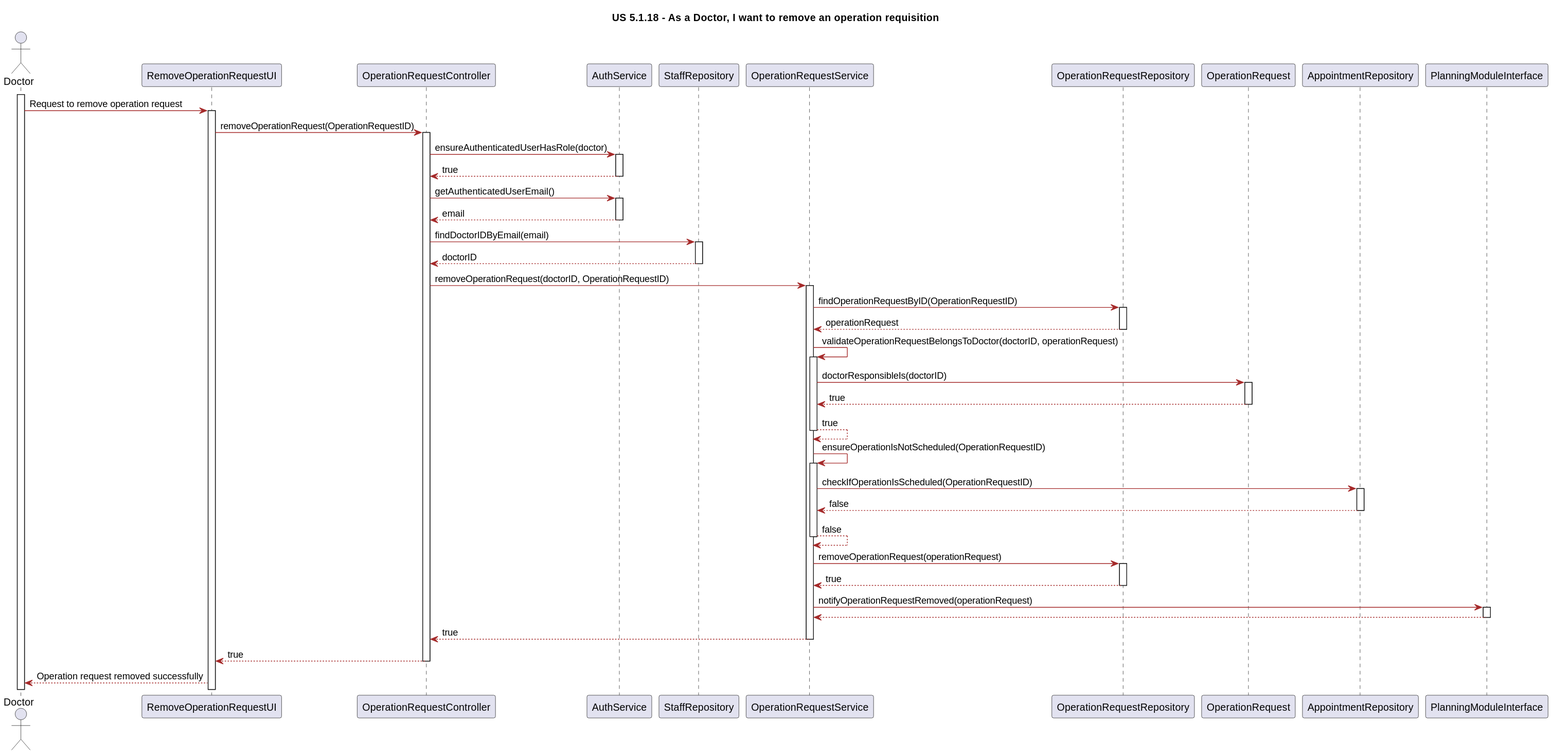
Earlier version of the PlantUML export Docs/Sprint1/UserStories/LAPR5/us5118/design/svg/sequence-diagram.svg (LAPR5-043/sem_5_24_25_043). Its diagram source:
```plantuml
@startuml
title US 5.1.18 - As a Doctor, I want to remove an operation requisition

skinparam classAttributeIconSize 0

skinparam class {
    LifeLineBorderColor DodgerBlue
    LifeLineBackgroundColor APPLICATION
    BackgroundColor LemonChiffon
    ArrowColor Brown
    BorderColor SaddleBrown
}

skinparam packageStyle rectangle

skinparam card {
    LifeLineBorderColor DodgerBlue
    LifeLineBackgroundColor APPLICATION
    BackgroundColor LemonChiffon
    ArrowColor Brown
    BorderColor SaddleBrown
}

actor "Doctor" as Doctor

participant "RemoveOperationRequestUI" as UI
participant "OperationRequestController" as ORC
participant "AuthService" as AS
participant "StaffRepository" as SR
participant "OperationRequestService" as ORS
participant "OperationRequestRepository" as ORR
participant "OperationRequest" as OR
participant "AppointmentRepository" as AR
participant "PlanningModuleInterface" as PMI


activate Doctor

Doctor -> UI: Request to remove operation request

activate UI

UI -> ORC: removeOperationRequest(OperationRequestID)

activate ORC

ORC -> AS: ensureAuthenticatedUserHasRole(doctor)

activate AS

AS --> ORC: true

deactivate AS

ORC -> AS: getAuthenticatedUserEmail()

activate AS

AS --> ORC: email

deactivate AS

ORC -> SR: findDoctorIDByEmail(email)

activate SR

SR --> ORC: doctorID

deactivate SR

ORC -> ORS: removeOperationRequest(doctorID, OperationRequestID)

activate ORS

ORS -> ORR: findOperationRequestByID(OperationRequestID)

activate ORR

ORR --> ORS: operationRequest

deactivate ORR

ORS -> ORS: validateOperationRequestBelongsToDoctor(doctorID, operationRequest)

activate ORS

ORS -> OR: doctorResponsibleIs(doctorID)

activate OR

OR --> ORS: true

deactivate OR

ORS --> ORS: true

deactivate ORS

ORS -> ORS: ensureOperationIsNotScheduled(OperationRequestID)

activate ORS

ORS -> AR: checkIfOperationIsScheduled(OperationRequestID)

activate AR

AR --> ORS: false

deactivate AR

ORS --> ORS: false

deactivate ORS

ORS -> ORR: removeOperationRequest(operationRequest)

activate ORR

ORR --> ORS: true

deactivate ORR

ORS -> PMI: notifyOperationRequestRemoved(operationRequest)

activate PMI

PMI --> ORS:

deactivate PMI

ORS --> ORC: true

deactivate ORS

ORC --> UI: true

deactivate ORC

UI --> Doctor: Operation request removed successfully
@enduml
```
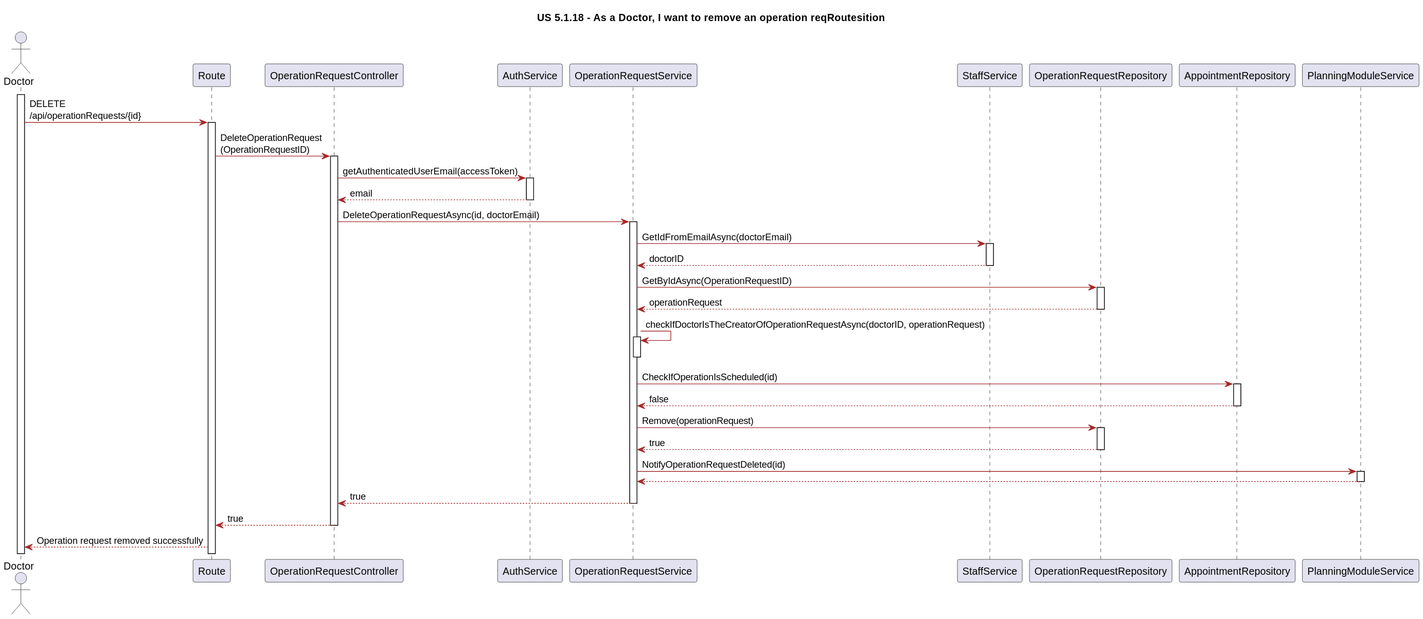
Later version of the same file.

What changed in the source:
```diff
@@ -1,11 +1,11 @@
 @startuml
-title US 5.1.18 - As a Doctor, I want to remove an operation requisition
+title US 5.1.18 - As a Doctor, I want to remove an operation reqRoutesition
 
 skinparam classAttributeIconSize 0
 
 skinparam class {
     LifeLineBorderColor DodgerBlue
-    LifeLineBackgroundColor APPLICATION
+    LifeLineBackgroundColor Route
     BackgroundColor LemonChiffon
     ArrowColor Brown
     BorderColor SaddleBrown
@@ -15,7 +15,7 @@
 
 skinparam card {
     LifeLineBorderColor DodgerBlue
-    LifeLineBackgroundColor APPLICATION
+    LifeLineBackgroundColor Route
     BackgroundColor LemonChiffon
     ArrowColor Brown
     BorderColor SaddleBrown
@@ -23,36 +23,27 @@
 
 actor "Doctor" as Doctor
 
-participant "RemoveOperationRequestUI" as UI
+participant "Route" as Route
 participant "OperationRequestController" as ORC
 participant "AuthService" as AS
-participant "StaffRepository" as SR
 participant "OperationRequestService" as ORS
+participant "StaffService" as SV
 participant "OperationRequestRepository" as ORR
-participant "OperationRequest" as OR
 participant "AppointmentRepository" as AR
-participant "PlanningModuleInterface" as PMI
+participant "PlanningModuleService" as PMI
 
 
 activate Doctor
 
-Doctor -> UI: Request to remove operation request
+Doctor -> Route: DELETE \n/api/operationRequests/{id}
 
-activate UI
+activate Route
 
-UI -> ORC: removeOperationRequest(OperationRequestID)
+Route -> ORC: DeleteOperationRequest\n(OperationRequestID)
 
 activate ORC
 
-ORC -> AS: ensureAuthenticatedUserHasRole(doctor)
-
-activate AS
-
-AS --> ORC: true
-
-deactivate AS
-
-ORC -> AS: getAuthenticatedUserEmail()
+ORC -> AS: getAuthenticatedUserEmail(accessToken)
 
 activate AS
 
@@ -60,19 +51,21 @@
 
 deactivate AS
 
-ORC -> SR: findDoctorIDByEmail(email)
+deactivate SV
 
-activate SR
-
-SR --> ORC: doctorID
-
-deactivate SR
-
-ORC -> ORS: removeOperationRequest(doctorID, OperationRequestID)
+ORC -> ORS: DeleteOperationRequestAsync(id, doctorEmail)
 
 activate ORS
 
-ORS -> ORR: findOperationRequestByID(OperationRequestID)
+ORS -> SV: GetIdFromEmailAsync(doctorEmail)
+
+activate SV
+
+SV --> ORS: doctorID
+
+deactivate SV
+
+ORS -> ORR: GetByIdAsync(OperationRequestID)
 
 activate ORR
 
@@ -80,27 +73,13 @@
 
 deactivate ORR
 
-ORS -> ORS: validateOperationRequestBelongsToDoctor(doctorID, operationRequest)
+ORS -> ORS: checkIfDoctorIsTheCreatorOfOperationRequestAsync(doctorID, operationRequest)
 
 activate ORS
 
-ORS -> OR: doctorResponsibleIs(doctorID)
-
-activate OR
-
-OR --> ORS: true
-
-deactivate OR
-
-ORS --> ORS: true
-
 deactivate ORS
 
-ORS -> ORS: ensureOperationIsNotScheduled(OperationRequestID)
-
-activate ORS
-
-ORS -> AR: checkIfOperationIsScheduled(OperationRequestID)
+ORS -> AR: CheckIfOperationIsScheduled(id)
 
 activate AR
 
@@ -108,11 +87,7 @@
 
 deactivate AR
 
-ORS --> ORS: false
-
-deactivate ORS
-
-ORS -> ORR: removeOperationRequest(operationRequest)
+ORS -> ORR: Remove(operationRequest)
 
 activate ORR
 
@@ -120,7 +95,7 @@
 
 deactivate ORR
 
-ORS -> PMI: notifyOperationRequestRemoved(operationRequest)
+ORS -> PMI: NotifyOperationRequestDeleted(id)
 
 activate PMI
 
@@ -132,9 +107,9 @@
 
 deactivate ORS
 
-ORC --> UI: true
+ORC --> Route: true
 
 deactivate ORC
 
-UI --> Doctor: Operation request removed successfully
+Route --> Doctor: Operation request removed successfully
 @enduml
```
